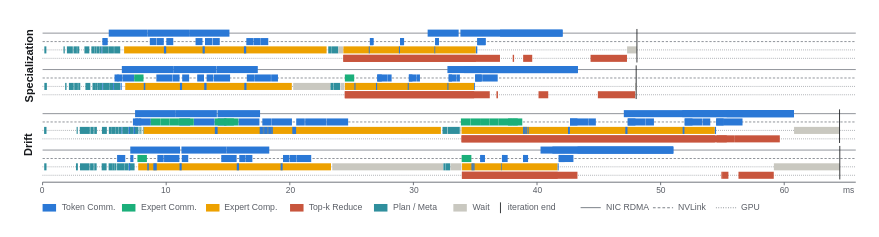
Earlier version of the draw.io diagram figs/case_study/CS_v2.drawio (andronius-yang/flux). Source tidied: cells renumbered, new cells numbered last; positions are measured from the earlier drawing's top-left corner, leaving out a move shared by most shapes. Both pictures are drawn from the tidied source at 126%, with x=0, y=0 at pixel (-14, 28).
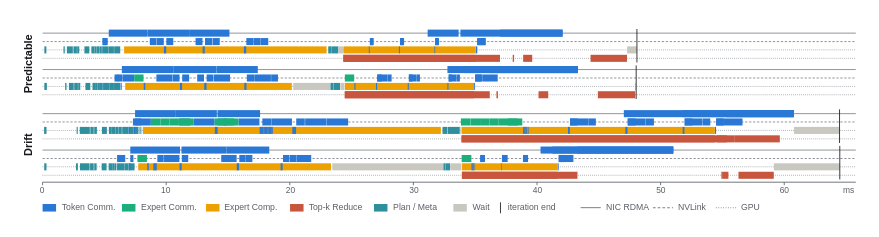
After the change.

Commit message (it also covers changes not shown here):
figs/case_study: scenarios Predictable / Drift (row 1 = main-experiment workload, not ablation S-A)

What changed in the source:
```diff
@@
-    <mxCell id="363" value="Specialization" style="text;html=1;fontSize=8.7;fontFamily=Helvetica;fontColor=#17191c;align=left;verticalAlign=middle;whiteSpace=nowrap;fontStyle=1;rotation=-90;" parent="1" vertex="1">
-      <mxGeometry x="0.3" y="22.2" width="66.7" height="12.1" as="geometry" />
+    <mxCell id="363" value="Predictable" style="text;html=1;fontSize=8.7;fontFamily=Helvetica;fontColor=#17191c;align=left;verticalAlign=middle;whiteSpace=nowrap;fontStyle=1;rotation=-90;" parent="1" vertex="1">
+      <mxGeometry x="7.4" y="22.2" width="52.4" height="12.1" as="geometry" />
     </mxCell>
```
